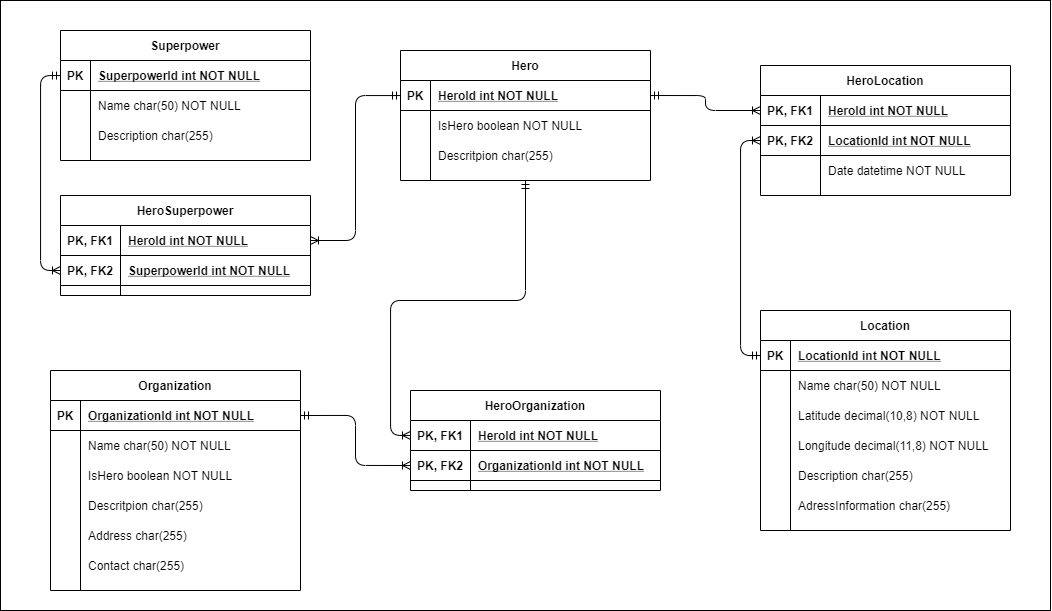
Before: SuperheroSightingsERD.png, a diagram exported from draw.io (NacerSebtiMS/Superhero-Sightings-Spring-Boot-Web-App). Source tidied: cells renumbered, new cells last; positions are measured from the earlier drawing's top-left corner, leaving out a move shared by most shapes.
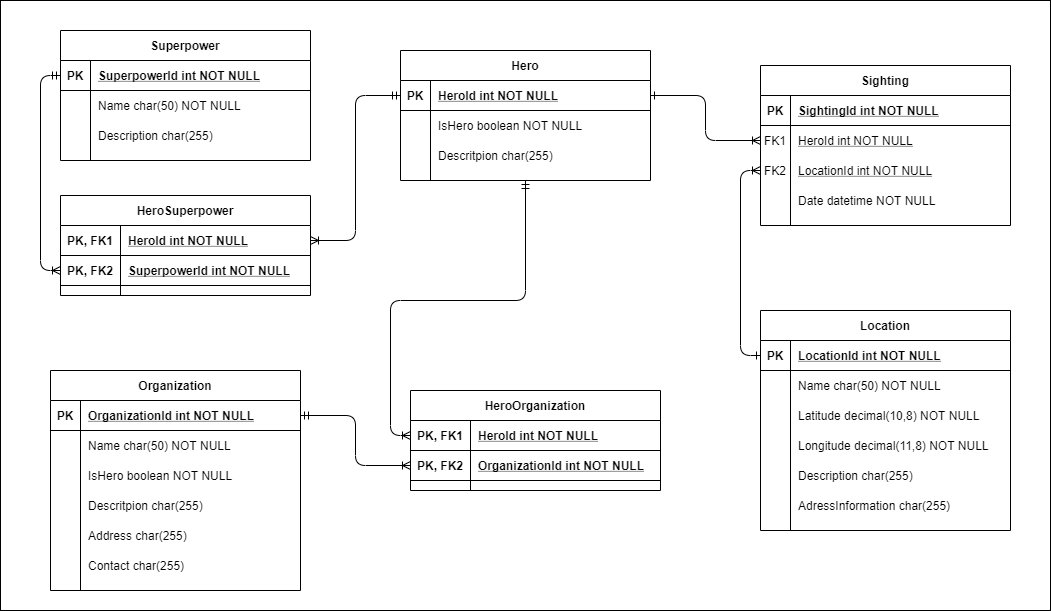
Above is the later version.

Commit message:
Changed herolocation to sighting and added an id field

What changed in the source:
```diff
@@ -122,40 +122,49 @@
     <mxCell id="41" value="AdressInformation char(255)" style="shape=partialRectangle;overflow=hidden;fillColor=none;top=0;left=0;bottom=0;right=0;align=left;spacingLeft=6;" parent="39" vertex="1">
       <mxGeometry x="30" width="220" height="30" as="geometry" />
     </mxCell>
-    <mxCell id="42" value="HeroLocation" style="shape=table;startSize=30;rowLines=0;fontStyle=1;align=center;" parent="1" vertex="1">
-      <mxGeometry x="760" y="65" width="250" height="130" as="geometry" />
+    <mxCell id="42" value="Sighting" style="shape=table;startSize=30;rowLines=0;fontStyle=1;align=center;" parent="1" vertex="1">
+      <mxGeometry x="760" y="65" width="250" height="160" as="geometry" />
     </mxCell>
-    <mxCell id="43" style="shape=partialRectangle;fillColor=none;points=[[0,0.5],[1,0.5]];portConstraint=eastwest;top=0;left=0;right=0;bottom=1;" parent="42" vertex="1">
-      <mxGeometry y="30" width="250" height="30" as="geometry" />
-    </mxCell>
-    <mxCell id="44" value="PK, FK1" style="shape=partialRectangle;overflow=hidden;fillColor=none;top=0;left=0;bottom=0;right=0;fontStyle=1;" parent="43" vertex="1">
-      <mxGeometry width="60" height="30" as="geometry" />
-    </mxCell>
-    <mxCell id="45" value="HeroId int NOT NULL " style="shape=partialRectangle;overflow=hidden;fillColor=none;top=0;left=0;bottom=0;right=0;align=left;spacingLeft=6;fontStyle=5;" parent="43" vertex="1">
-      <mxGeometry x="60" width="190" height="30" as="geometry" />
-    </mxCell>
     <mxCell id="46" style="shape=partialRectangle;fillColor=none;points=[[0,0.5],[1,0.5]];portConstraint=eastwest;top=0;left=0;right=0;bottom=1;" parent="42" vertex="1">
-      <mxGeometry y="60" width="250" height="30" as="geometry" />
+      <mxGeometry y="30" width="250" height="30" as="geometry" />
     </mxCell>
-    <mxCell id="47" value="PK, FK2" style="shape=partialRectangle;overflow=hidden;fillColor=none;top=0;left=0;bottom=0;right=0;fontStyle=1;" parent="46" vertex="1">
-      <mxGeometry width="60" height="30" as="geometry" />
+    <mxCell id="47" value="PK" style="shape=partialRectangle;overflow=hidden;fillColor=none;top=0;left=0;bottom=0;right=0;fontStyle=1;" parent="46" vertex="1">
+      <mxGeometry width="30" height="30" as="geometry" />
     </mxCell>
-    <mxCell id="48" value="LocationId int NOT NULL " style="shape=partialRectangle;overflow=hidden;fillColor=none;top=0;left=0;bottom=0;right=0;align=left;spacingLeft=6;fontStyle=5;" parent="46" vertex="1">
-      <mxGeometry x="60" width="190" height="30" as="geometry" />
+    <mxCell id="48" value="SightingId int NOT NULL " style="shape=partialRectangle;overflow=hidden;fillColor=none;top=0;left=0;bottom=0;right=0;align=left;spacingLeft=6;fontStyle=5;" parent="46" vertex="1">
+      <mxGeometry x="30" width="220" height="30" as="geometry" />
     </mxCell>
     <mxCell id="49" style="shape=partialRectangle;fillColor=none;points=[[0,0.5],[1,0.5]];portConstraint=eastwest;top=0;left=0;right=0;bottom=0;" parent="42" vertex="1">
-      <mxGeometry y="90" width="250" height="30" as="geometry" />
+      <mxGeometry y="60" width="250" height="30" as="geometry" />
     </mxCell>
-    <mxCell id="50" style="shape=partialRectangle;overflow=hidden;fillColor=none;top=0;left=0;bottom=0;right=0;" parent="49" vertex="1">
-      <mxGeometry width="60" height="30" as="geometry" />
+    <mxCell id="50" value="FK1" style="shape=partialRectangle;overflow=hidden;fillColor=none;top=0;left=0;bottom=0;right=0;" parent="49" vertex="1">
+      <mxGeometry width="30" height="30" as="geometry" />
     </mxCell>
-    <mxCell id="51" value="Date datetime NOT NULL" style="shape=partialRectangle;overflow=hidden;fillColor=none;top=0;left=0;bottom=0;right=0;align=left;spacingLeft=6;" parent="49" vertex="1">
-      <mxGeometry x="60" width="190" height="30" as="geometry" />
+    <mxCell id="51" value="HeroId int NOT NULL" style="shape=partialRectangle;overflow=hidden;fillColor=none;top=0;left=0;bottom=0;right=0;align=left;spacingLeft=6;fontStyle=4;" parent="49" vertex="1">
+      <mxGeometry x="30" width="220" height="30" as="geometry" />
     </mxCell>
+    <mxCell id="91" style="shape=partialRectangle;fillColor=none;points=[[0,0.5],[1,0.5]];portConstraint=eastwest;top=0;left=0;right=0;bottom=0;" parent="42" vertex="1">
+      <mxGeometry y="90" width="250" height="30" as="geometry" />
+    </mxCell>
+    <mxCell id="92" value="FK2" style="shape=partialRectangle;overflow=hidden;fillColor=none;top=0;left=0;bottom=0;right=0;" parent="91" vertex="1">
+      <mxGeometry width="30" height="30" as="geometry" />
+    </mxCell>
+    <mxCell id="93" value="LocationId int NOT NULL" style="shape=partialRectangle;overflow=hidden;fillColor=none;top=0;left=0;bottom=0;right=0;align=left;spacingLeft=6;fontStyle=4;" parent="91" vertex="1">
+      <mxGeometry x="30" width="220" height="30" as="geometry" />
+    </mxCell>
+    <mxCell id="94" style="shape=partialRectangle;fillColor=none;top=0;left=0;right=0;bottom=0;" parent="42" vertex="1">
+      <mxGeometry y="120" width="250" height="30" as="geometry" />
+    </mxCell>
+    <mxCell id="95" style="shape=partialRectangle;overflow=hidden;fillColor=none;top=0;left=0;bottom=0;right=0;" parent="94" vertex="1">
+      <mxGeometry width="30" height="30" as="geometry" />
+    </mxCell>
+    <mxCell id="96" value="Date datetime NOT NULL" style="shape=partialRectangle;overflow=hidden;fillColor=none;top=0;left=0;bottom=0;right=0;align=left;spacingLeft=6;" parent="94" vertex="1">
+      <mxGeometry x="30" width="220" height="30" as="geometry" />
+    </mxCell>
-    <mxCell id="52" style="edgeStyle=orthogonalEdgeStyle;rounded=1;jettySize=auto;html=1;entryX=1;entryY=0.5;entryDx=0;entryDy=0;startArrow=ERoneToMany;startFill=0;endArrow=ERmandOne;endFill=0;" parent="1" edge="1" source="43" target="4">
+    <mxCell id="52" style="edgeStyle=orthogonalEdgeStyle;rounded=1;jettySize=auto;html=1;entryX=1;entryY=0.5;entryDx=0;entryDy=0;startArrow=ERoneToMany;startFill=0;endArrow=ERone;endFill=0;exitX=0;exitY=0.5;exitDx=0;exitDy=0;" parent="1" edge="1" source="49" target="4">
       <mxGeometry relative="1" as="geometry" />
     </mxCell>
-    <mxCell id="53" style="edgeStyle=orthogonalEdgeStyle;rounded=1;jettySize=auto;html=1;entryX=0;entryY=0.5;entryDx=0;entryDy=0;startArrow=ERoneToMany;startFill=0;endArrow=ERmandOne;endFill=0;" parent="1" edge="1" source="46" target="24">
+    <mxCell id="53" style="edgeStyle=orthogonalEdgeStyle;rounded=1;jettySize=auto;html=1;entryX=0;entryY=0.5;entryDx=0;entryDy=0;startArrow=ERoneToMany;startFill=0;endArrow=ERone;endFill=0;" parent="1" edge="1" source="91" target="24">
       <mxGeometry relative="1" as="geometry" />
     </mxCell>
     <mxCell id="54" value="Organization" style="shape=table;startSize=30;rowLines=0;fontStyle=1;align=center;" parent="1" vertex="1">
```
